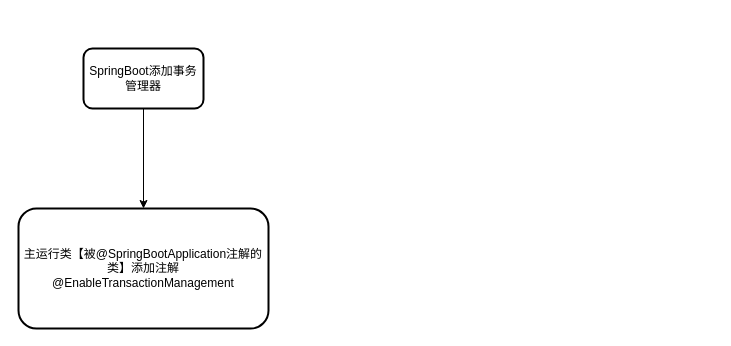
Before: 技术原理图/Spring/事务/Spring注解事务原理.drawio in benbenbo/my-draw-doc, a draw.io diagram. Source tidied: cells renumbered, new cells numbered last; positions are measured from the earlier drawing's top-left corner, leaving out a move shared by most shapes. Both pictures are drawn from the tidied source at 100%, with x=0, y=0 at pixel (18, 48).
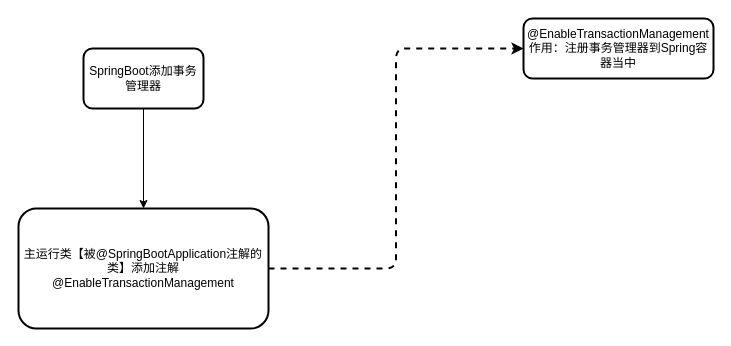
Above is the later version.

Diff of the diagram source:
```diff
@@
 <mxGraphModel>
   <root>
     <mxCell id="0" />
     <mxCell id="1" parent="0" />
     <mxCell id="2" style="edgeStyle=orthogonalEdgeStyle;rounded=0;jettySize=auto;html=1;" parent="1" edge="1" source="4" target="3">
       <mxGeometry relative="1" as="geometry" />
     </mxCell>
+    <mxCell id="5" style="edgeStyle=orthogonalEdgeStyle;html=1;entryX=0;entryY=0.5;entryDx=0;entryDy=0;strokeWidth=2;dashed=1;" parent="1" edge="1" source="3" target="6">
+      <mxGeometry relative="1" as="geometry" />
+    </mxCell>
     <mxCell id="3" value="主运行类【被@SpringBootApplication注解的类】添加注解&lt;span&gt;@EnableTransactionManagement&lt;/span&gt;" style="rounded=1;whiteSpace=wrap;html=1;strokeWidth=2;" parent="1" vertex="1">
       <mxGeometry y="160" width="250" height="120" as="geometry" />
     </mxCell>
     <mxCell id="4" value="SpringBoot添加事务管理器" style="rounded=1;whiteSpace=wrap;html=1;strokeWidth=2;" parent="1" vertex="1">
       <mxGeometry x="65" width="120" height="60" as="geometry" />
     </mxCell>
+    <mxCell id="6" value="&lt;span&gt;@EnableTransactionManagement作用：注册事务管理器到Spring容器当中&lt;/span&gt;" style="rounded=1;whiteSpace=wrap;html=1;strokeWidth=2;" parent="1" vertex="1">
+      <mxGeometry x="505" y="-30" width="190" height="60" as="geometry" />
+    </mxCell>
   </root>
 </mxGraphModel>
```
